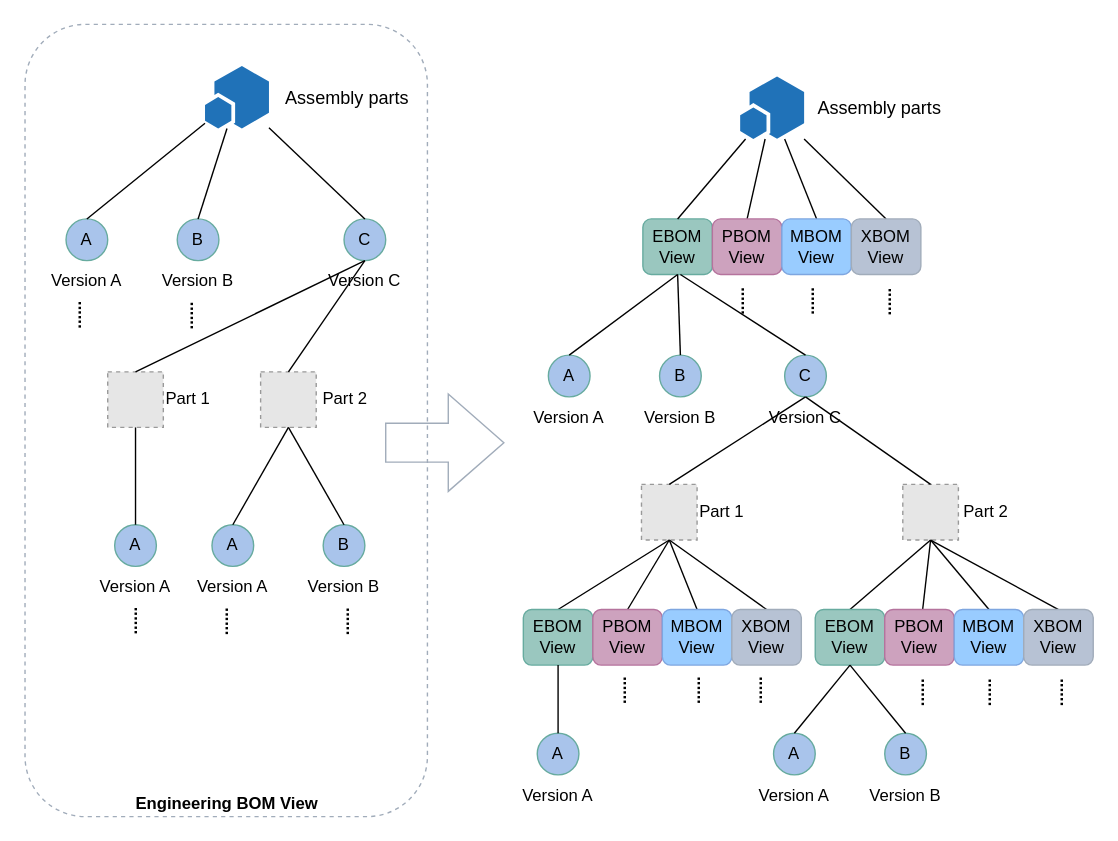
Before: page "Page-2" (2 of 6) of BOM/多视图BOM管理模型.drawio in littlelittlemoon/DiagramsRepository, a draw.io diagram. Source tidied: cells renumbered, new cells numbered last; positions are measured from the earlier drawing's top-left corner, leaving out a move shared by most shapes. Both pictures are drawn from the tidied source at 139%, with x=0, y=0 at pixel (24, 24). Pictures stored in the file or linked from it are replaced by grey dashed boxes.
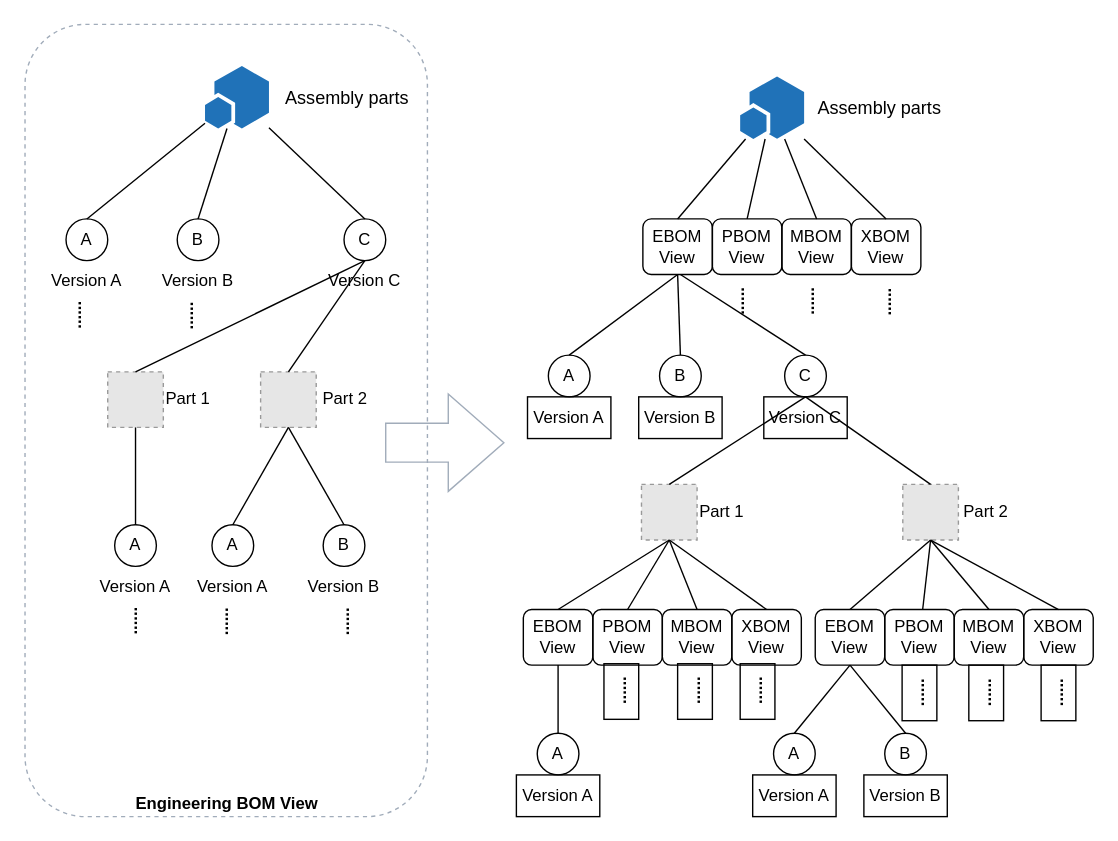
Above is the later version.

Change to the diagram source:
```diff
@@
-    <mxCell id="4" value="A" style="ellipse;whiteSpace=wrap;html=1;fontSize=12;strokeColor=#67AB9F;fillColor=#A9C4EB;" parent="1" vertex="1">
+    <mxCell id="4" value="A" style="ellipse;whiteSpace=wrap;html=1;fontSize=12;strokeColor=#000000;fillColor=none;" parent="1" vertex="1">
       <mxGeometry x="30" y="140" width="30" height="30" as="geometry" />
     </mxCell>
@@
-    <mxCell id="6" value="B" style="ellipse;whiteSpace=wrap;html=1;fontSize=12;strokeColor=#67AB9F;fillColor=#A9C4EB;" parent="1" vertex="1">
+    <mxCell id="6" value="B" style="ellipse;whiteSpace=wrap;html=1;fontSize=12;strokeColor=#000000;fillColor=none;" parent="1" vertex="1">
       <mxGeometry x="110" y="140" width="30" height="30" as="geometry" />
     </mxCell>
@@
-    <mxCell id="8" value="C" style="ellipse;whiteSpace=wrap;html=1;fontSize=12;strokeColor=#67AB9F;fillColor=#A9C4EB;" parent="1" vertex="1">
+    <mxCell id="8" value="C" style="ellipse;whiteSpace=wrap;html=1;fontSize=12;strokeColor=#000000;fillColor=none;" parent="1" vertex="1">
       <mxGeometry x="230" y="140" width="30" height="30" as="geometry" />
     </mxCell>
@@
-    <mxCell id="11" value="A" style="ellipse;whiteSpace=wrap;html=1;fontSize=12;strokeColor=#67AB9F;fillColor=#A9C4EB;" parent="1" vertex="1">
+    <mxCell id="11" value="A" style="ellipse;whiteSpace=wrap;html=1;fontSize=12;strokeColor=#000000;fillColor=none;" parent="1" vertex="1">
       <mxGeometry x="65" y="360" width="30" height="30" as="geometry" />
     </mxCell>
@@
-    <mxCell id="13" value="A" style="ellipse;whiteSpace=wrap;html=1;fontSize=12;strokeColor=#67AB9F;fillColor=#A9C4EB;" parent="1" vertex="1">
+    <mxCell id="13" value="A" style="ellipse;whiteSpace=wrap;html=1;fontSize=12;strokeColor=#000000;fillColor=none;" parent="1" vertex="1">
       <mxGeometry x="135" y="360" width="30" height="30" as="geometry" />
     </mxCell>
@@
-    <mxCell id="15" value="B" style="ellipse;whiteSpace=wrap;html=1;fontSize=12;strokeColor=#67AB9F;fillColor=#A9C4EB;" parent="1" vertex="1">
+    <mxCell id="15" value="B" style="ellipse;whiteSpace=wrap;html=1;fontSize=12;strokeColor=#000000;fillColor=none;" parent="1" vertex="1">
       <mxGeometry x="215" y="360" width="30" height="30" as="geometry" />
     </mxCell>
@@
-    <mxCell id="34" value="EBOM&lt;br&gt;View" style="rounded=1;whiteSpace=wrap;html=1;strokeColor=#67AB9F;fillColor=#9AC7BF;fontSize=12;" parent="1" vertex="1">
+    <mxCell id="34" value="EBOM&lt;br&gt;View" style="rounded=1;whiteSpace=wrap;html=1;strokeColor=#000000;fillColor=none;fontSize=12;" parent="1" vertex="1">
       <mxGeometry x="445" y="140" width="50" height="40" as="geometry" />
     </mxCell>
@@
-    <mxCell id="39" value="A" style="ellipse;whiteSpace=wrap;html=1;fontSize=12;strokeColor=#67AB9F;fillColor=#A9C4EB;" parent="1" vertex="1">
+    <mxCell id="39" value="A" style="ellipse;whiteSpace=wrap;html=1;fontSize=12;strokeColor=#000000;fillColor=none;" parent="1" vertex="1">
       <mxGeometry x="377" y="238" width="30" height="30" as="geometry" />
     </mxCell>
-    <mxCell id="40" value="&lt;span style=&quot;background-color: rgb(255 , 255 , 255)&quot;&gt;Version A&lt;/span&gt;" style="text;html=1;strokeColor=none;fillColor=none;align=center;verticalAlign=middle;whiteSpace=wrap;rounded=0;fontSize=12;" parent="1" vertex="1">
+    <mxCell id="40" value="&lt;span style=&quot;background-color: rgb(255 , 255 , 255)&quot;&gt;Version A&lt;/span&gt;" style="text;html=1;strokeColor=#000000;fillColor=none;align=center;verticalAlign=middle;whiteSpace=wrap;rounded=0;fontSize=12;" parent="1" vertex="1">
       <mxGeometry x="362" y="268" width="60" height="30" as="geometry" />
     </mxCell>
-    <mxCell id="41" value="B" style="ellipse;whiteSpace=wrap;html=1;fontSize=12;strokeColor=#67AB9F;fillColor=#A9C4EB;" parent="1" vertex="1">
+    <mxCell id="41" value="B" style="ellipse;whiteSpace=wrap;html=1;fontSize=12;strokeColor=#000000;fillColor=none;" parent="1" vertex="1">
       <mxGeometry x="457" y="238" width="30" height="30" as="geometry" />
     </mxCell>
-    <mxCell id="42" value="&lt;span style=&quot;background-color: rgb(255 , 255 , 255)&quot;&gt;Version B&lt;/span&gt;" style="text;html=1;strokeColor=none;fillColor=none;align=center;verticalAlign=middle;whiteSpace=wrap;rounded=0;fontSize=12;" parent="1" vertex="1">
+    <mxCell id="42" value="&lt;span style=&quot;background-color: rgb(255 , 255 , 255)&quot;&gt;Version B&lt;/span&gt;" style="text;html=1;strokeColor=#000000;fillColor=none;align=center;verticalAlign=middle;whiteSpace=wrap;rounded=0;fontSize=12;" parent="1" vertex="1">
       <mxGeometry x="442" y="268" width="60" height="30" as="geometry" />
     </mxCell>
-    <mxCell id="43" value="C" style="ellipse;whiteSpace=wrap;html=1;fontSize=12;strokeColor=#67AB9F;fillColor=#A9C4EB;" parent="1" vertex="1">
+    <mxCell id="43" value="C" style="ellipse;whiteSpace=wrap;html=1;fontSize=12;strokeColor=#000000;fillColor=none;" parent="1" vertex="1">
       <mxGeometry x="547" y="238" width="30" height="30" as="geometry" />
     </mxCell>
-    <mxCell id="44" value="&lt;span style=&quot;background-color: rgb(255 , 255 , 255)&quot;&gt;Version C&lt;/span&gt;" style="text;html=1;strokeColor=none;fillColor=none;align=center;verticalAlign=middle;whiteSpace=wrap;rounded=0;fontSize=12;" parent="1" vertex="1">
+    <mxCell id="44" value="&lt;span style=&quot;background-color: rgb(255 , 255 , 255)&quot;&gt;Version C&lt;/span&gt;" style="text;html=1;strokeColor=#000000;fillColor=none;align=center;verticalAlign=middle;whiteSpace=wrap;rounded=0;fontSize=12;" parent="1" vertex="1">
       <mxGeometry x="532" y="268" width="60" height="30" as="geometry" />
     </mxCell>
@@
-    <mxCell id="61" value="PBOM&lt;br&gt;View" style="rounded=1;whiteSpace=wrap;html=1;strokeColor=#B5739D;fillColor=#CDA2BE;fontSize=12;" parent="1" vertex="1">
+    <mxCell id="61" value="PBOM&lt;br&gt;View" style="rounded=1;whiteSpace=wrap;html=1;strokeColor=#000000;fillColor=none;fontSize=12;" parent="1" vertex="1">
       <mxGeometry x="495" y="140" width="50" height="40" as="geometry" />
     </mxCell>
-    <mxCell id="62" value="MBOM&lt;br&gt;View" style="rounded=1;whiteSpace=wrap;html=1;strokeColor=#7EA6E0;fillColor=#99CCFF;fontSize=12;" parent="1" vertex="1">
+    <mxCell id="62" value="MBOM&lt;br&gt;View" style="rounded=1;whiteSpace=wrap;html=1;strokeColor=#000000;fillColor=none;fontSize=12;" parent="1" vertex="1">
       <mxGeometry x="545" y="140" width="50" height="40" as="geometry" />
     </mxCell>
-    <mxCell id="63" value="XBOM&lt;br&gt;View" style="rounded=1;whiteSpace=wrap;html=1;strokeColor=#A1ACBA;fillColor=#B7C2D4;fontSize=12;" parent="1" vertex="1">
+    <mxCell id="63" value="XBOM&lt;br&gt;View" style="rounded=1;whiteSpace=wrap;html=1;strokeColor=#000000;fillColor=none;fontSize=12;" parent="1" vertex="1">
       <mxGeometry x="595" y="140" width="50" height="40" as="geometry" />
     </mxCell>
@@
-    <mxCell id="65" value="EBOM&lt;br&gt;View" style="rounded=1;whiteSpace=wrap;html=1;strokeColor=#67AB9F;fillColor=#9AC7BF;fontSize=12;" parent="1" vertex="1">
+    <mxCell id="65" value="EBOM&lt;br&gt;View" style="rounded=1;whiteSpace=wrap;html=1;strokeColor=#000000;fillColor=none;fontSize=12;" parent="1" vertex="1">
       <mxGeometry x="359" y="421" width="50" height="40" as="geometry" />
     </mxCell>
-    <mxCell id="66" value="PBOM&lt;br&gt;View" style="rounded=1;whiteSpace=wrap;html=1;strokeColor=#B5739D;fillColor=#CDA2BE;fontSize=12;" parent="1" vertex="1">
+    <mxCell id="66" value="PBOM&lt;br&gt;View" style="rounded=1;whiteSpace=wrap;html=1;strokeColor=#000000;fillColor=none;fontSize=12;" parent="1" vertex="1">
       <mxGeometry x="409" y="421" width="50" height="40" as="geometry" />
     </mxCell>
-    <mxCell id="67" value="MBOM&lt;br&gt;View" style="rounded=1;whiteSpace=wrap;html=1;strokeColor=#7EA6E0;fillColor=#99CCFF;fontSize=12;" parent="1" vertex="1">
+    <mxCell id="67" value="MBOM&lt;br&gt;View" style="rounded=1;whiteSpace=wrap;html=1;strokeColor=#000000;fillColor=none;fontSize=12;" parent="1" vertex="1">
       <mxGeometry x="459" y="421" width="50" height="40" as="geometry" />
     </mxCell>
-    <mxCell id="68" value="XBOM&lt;br&gt;View" style="rounded=1;whiteSpace=wrap;html=1;strokeColor=#A1ACBA;fillColor=#B7C2D4;fontSize=12;" parent="1" vertex="1">
+    <mxCell id="68" value="XBOM&lt;br&gt;View" style="rounded=1;whiteSpace=wrap;html=1;strokeColor=#000000;fillColor=none;fontSize=12;" parent="1" vertex="1">
       <mxGeometry x="509" y="421" width="50" height="40" as="geometry" />
     </mxCell>
-    <mxCell id="69" value="EBOM&lt;br&gt;View" style="rounded=1;whiteSpace=wrap;html=1;strokeColor=#67AB9F;fillColor=#9AC7BF;fontSize=12;" parent="1" vertex="1">
+    <mxCell id="69" value="EBOM&lt;br&gt;View" style="rounded=1;whiteSpace=wrap;html=1;strokeColor=#000000;fillColor=none;fontSize=12;" parent="1" vertex="1">
       <mxGeometry x="569" y="421" width="50" height="40" as="geometry" />
     </mxCell>
-    <mxCell id="70" value="PBOM&lt;br&gt;View" style="rounded=1;whiteSpace=wrap;html=1;strokeColor=#B5739D;fillColor=#CDA2BE;fontSize=12;" parent="1" vertex="1">
+    <mxCell id="70" value="PBOM&lt;br&gt;View" style="rounded=1;whiteSpace=wrap;html=1;strokeColor=#000000;fillColor=none;fontSize=12;" parent="1" vertex="1">
       <mxGeometry x="619" y="421" width="50" height="40" as="geometry" />
     </mxCell>
-    <mxCell id="71" value="MBOM&lt;br&gt;View" style="rounded=1;whiteSpace=wrap;html=1;strokeColor=#7EA6E0;fillColor=#99CCFF;fontSize=12;" parent="1" vertex="1">
+    <mxCell id="71" value="MBOM&lt;br&gt;View" style="rounded=1;whiteSpace=wrap;html=1;strokeColor=#000000;fillColor=none;fontSize=12;" parent="1" vertex="1">
       <mxGeometry x="669" y="421" width="50" height="40" as="geometry" />
     </mxCell>
-    <mxCell id="72" value="XBOM&lt;br&gt;View" style="rounded=1;whiteSpace=wrap;html=1;strokeColor=#A1ACBA;fillColor=#B7C2D4;fontSize=12;" parent="1" vertex="1">
+    <mxCell id="72" value="XBOM&lt;br&gt;View" style="rounded=1;whiteSpace=wrap;html=1;strokeColor=#000000;fillColor=none;fontSize=12;" parent="1" vertex="1">
       <mxGeometry x="719" y="421" width="50" height="40" as="geometry" />
     </mxCell>
@@
-    <mxCell id="77" value="&lt;b&gt;......&lt;/b&gt;" style="text;html=1;strokeColor=none;fillColor=none;align=center;verticalAlign=middle;whiteSpace=wrap;rounded=0;fontSize=12;horizontal=0;" parent="1" vertex="1">
+    <mxCell id="77" value="&lt;b&gt;......&lt;/b&gt;" style="text;html=1;strokeColor=#000000;fillColor=none;align=center;verticalAlign=middle;whiteSpace=wrap;rounded=0;fontSize=12;horizontal=0;" parent="1" vertex="1">
       <mxGeometry x="679.5" y="461" width="25" height="40" as="geometry" />
     </mxCell>
-    <mxCell id="78" value="&lt;b&gt;......&lt;/b&gt;" style="text;html=1;strokeColor=none;fillColor=none;align=center;verticalAlign=middle;whiteSpace=wrap;rounded=0;fontSize=12;horizontal=0;" parent="1" vertex="1">
+    <mxCell id="78" value="&lt;b&gt;......&lt;/b&gt;" style="text;html=1;strokeColor=#000000;fillColor=none;align=center;verticalAlign=middle;whiteSpace=wrap;rounded=0;fontSize=12;horizontal=0;" parent="1" vertex="1">
       <mxGeometry x="631.5" y="461" width="25" height="40" as="geometry" />
     </mxCell>
-    <mxCell id="79" value="&lt;b&gt;......&lt;/b&gt;" style="text;html=1;strokeColor=none;fillColor=none;align=center;verticalAlign=middle;whiteSpace=wrap;rounded=0;fontSize=12;horizontal=0;" parent="1" vertex="1">
+    <mxCell id="79" value="&lt;b&gt;......&lt;/b&gt;" style="text;html=1;strokeColor=#000000;fillColor=none;align=center;verticalAlign=middle;whiteSpace=wrap;rounded=0;fontSize=12;horizontal=0;" parent="1" vertex="1">
       <mxGeometry x="731.5" y="461" width="25" height="40" as="geometry" />
     </mxCell>
-    <mxCell id="80" value="A" style="ellipse;whiteSpace=wrap;html=1;fontSize=12;strokeColor=#67AB9F;fillColor=#A9C4EB;" parent="1" vertex="1">
+    <mxCell id="80" value="A" style="ellipse;whiteSpace=wrap;html=1;fontSize=12;strokeColor=#000000;fillColor=none;" parent="1" vertex="1">
       <mxGeometry x="539" y="510" width="30" height="30" as="geometry" />
     </mxCell>
-    <mxCell id="81" value="&lt;span style=&quot;background-color: rgb(255 , 255 , 255)&quot;&gt;Version A&lt;/span&gt;" style="text;html=1;strokeColor=none;fillColor=none;align=center;verticalAlign=middle;whiteSpace=wrap;rounded=0;fontSize=12;" parent="1" vertex="1">
+    <mxCell id="81" value="&lt;span style=&quot;background-color: rgb(255 , 255 , 255)&quot;&gt;Version A&lt;/span&gt;" style="text;html=1;strokeColor=#000000;fillColor=none;align=center;verticalAlign=middle;whiteSpace=wrap;rounded=0;fontSize=12;" parent="1" vertex="1">
       <mxGeometry x="524" y="540" width="60" height="30" as="geometry" />
     </mxCell>
-    <mxCell id="82" value="B" style="ellipse;whiteSpace=wrap;html=1;fontSize=12;strokeColor=#67AB9F;fillColor=#A9C4EB;" parent="1" vertex="1">
+    <mxCell id="82" value="B" style="ellipse;whiteSpace=wrap;html=1;fontSize=12;strokeColor=#000000;fillColor=none;" parent="1" vertex="1">
       <mxGeometry x="619" y="510" width="30" height="30" as="geometry" />
     </mxCell>
-    <mxCell id="83" value="&lt;span style=&quot;background-color: rgb(255 , 255 , 255)&quot;&gt;Version B&lt;/span&gt;" style="text;html=1;strokeColor=none;fillColor=none;align=center;verticalAlign=middle;whiteSpace=wrap;rounded=0;fontSize=12;" parent="1" vertex="1">
+    <mxCell id="83" value="&lt;span style=&quot;background-color: rgb(255 , 255 , 255)&quot;&gt;Version B&lt;/span&gt;" style="text;html=1;strokeColor=#000000;fillColor=none;align=center;verticalAlign=middle;whiteSpace=wrap;rounded=0;fontSize=12;" parent="1" vertex="1">
       <mxGeometry x="604" y="540" width="60" height="30" as="geometry" />
     </mxCell>
-    <mxCell id="84" style="endArrow=none;html=1;rounded=0;fontSize=12;entryX=0.5;entryY=1;entryDx=0;entryDy=0;exitX=0.5;exitY=0;exitDx=0;exitDy=0;" parent="1" edge="1" source="80" target="69">
+    <mxCell id="84" style="endArrow=none;html=1;rounded=0;fontSize=12;entryX=0.5;entryY=1;entryDx=0;entryDy=0;exitX=0.5;exitY=0;exitDx=0;exitDy=0;strokeColor=#000000;" parent="1" edge="1" source="80" target="69">
       <mxGeometry relative="1" as="geometry" />
     </mxCell>
-    <mxCell id="85" style="endArrow=none;html=1;rounded=0;fontSize=12;entryX=0.5;entryY=1;entryDx=0;entryDy=0;exitX=0.5;exitY=0;exitDx=0;exitDy=0;" parent="1" edge="1" source="82" target="69">
+    <mxCell id="85" style="endArrow=none;html=1;rounded=0;fontSize=12;entryX=0.5;entryY=1;entryDx=0;entryDy=0;exitX=0.5;exitY=0;exitDx=0;exitDy=0;strokeColor=#000000;" parent="1" edge="1" source="82" target="69">
       <mxGeometry relative="1" as="geometry" />
     </mxCell>
-    <mxCell id="86" value="&lt;b&gt;......&lt;/b&gt;" style="text;html=1;strokeColor=none;fillColor=none;align=center;verticalAlign=middle;whiteSpace=wrap;rounded=0;fontSize=12;horizontal=0;" parent="1" vertex="1">
+    <mxCell id="86" value="&lt;b&gt;......&lt;/b&gt;" style="text;html=1;strokeColor=#000000;fillColor=none;align=center;verticalAlign=middle;whiteSpace=wrap;rounded=0;fontSize=12;horizontal=0;" parent="1" vertex="1">
       <mxGeometry x="515" y="460" width="25" height="40" as="geometry" />
     </mxCell>
-    <mxCell id="87" value="&lt;b&gt;......&lt;/b&gt;" style="text;html=1;strokeColor=none;fillColor=none;align=center;verticalAlign=middle;whiteSpace=wrap;rounded=0;fontSize=12;horizontal=0;" parent="1" vertex="1">
+    <mxCell id="87" value="&lt;b&gt;......&lt;/b&gt;" style="text;html=1;strokeColor=#000000;fillColor=none;align=center;verticalAlign=middle;whiteSpace=wrap;rounded=0;fontSize=12;horizontal=0;" parent="1" vertex="1">
       <mxGeometry x="470" y="460" width="25" height="40" as="geometry" />
     </mxCell>
-    <mxCell id="88" value="&lt;b&gt;......&lt;/b&gt;" style="text;html=1;strokeColor=none;fillColor=none;align=center;verticalAlign=middle;whiteSpace=wrap;rounded=0;fontSize=12;horizontal=0;" parent="1" vertex="1">
+    <mxCell id="88" value="&lt;b&gt;......&lt;/b&gt;" style="text;html=1;strokeColor=#000000;fillColor=none;align=center;verticalAlign=middle;whiteSpace=wrap;rounded=0;fontSize=12;horizontal=0;" parent="1" vertex="1">
       <mxGeometry x="417" y="460" width="25" height="40" as="geometry" />
     </mxCell>
-    <mxCell id="89" value="A" style="ellipse;whiteSpace=wrap;html=1;fontSize=12;strokeColor=#67AB9F;fillColor=#A9C4EB;" parent="1" vertex="1">
+    <mxCell id="89" value="A" style="ellipse;whiteSpace=wrap;html=1;fontSize=12;strokeColor=#000000;fillColor=none;" parent="1" vertex="1">
       <mxGeometry x="369" y="510" width="30" height="30" as="geometry" />
     </mxCell>
-    <mxCell id="90" value="&lt;span style=&quot;background-color: rgb(255 , 255 , 255)&quot;&gt;Version A&lt;/span&gt;" style="text;html=1;strokeColor=none;fillColor=none;align=center;verticalAlign=middle;whiteSpace=wrap;rounded=0;fontSize=12;" parent="1" vertex="1">
+    <mxCell id="90" value="&lt;span style=&quot;background-color: rgb(255 , 255 , 255)&quot;&gt;Version A&lt;/span&gt;" style="text;html=1;strokeColor=#000000;fillColor=none;align=center;verticalAlign=middle;whiteSpace=wrap;rounded=0;fontSize=12;" parent="1" vertex="1">
       <mxGeometry x="354" y="540" width="60" height="30" as="geometry" />
     </mxCell>
-    <mxCell id="91" style="endArrow=none;html=1;rounded=0;fontSize=12;entryX=0.5;entryY=0;entryDx=0;entryDy=0;exitX=0.5;exitY=1;exitDx=0;exitDy=0;" parent="1" edge="1" source="65" target="89">
+    <mxCell id="91" style="endArrow=none;html=1;rounded=0;fontSize=12;entryX=0.5;entryY=0;entryDx=0;entryDy=0;exitX=0.5;exitY=1;exitDx=0;exitDy=0;strokeColor=#000000;" parent="1" edge="1" source="65" target="89">
       <mxGeometry relative="1" as="geometry" />
     </mxCell>
```
